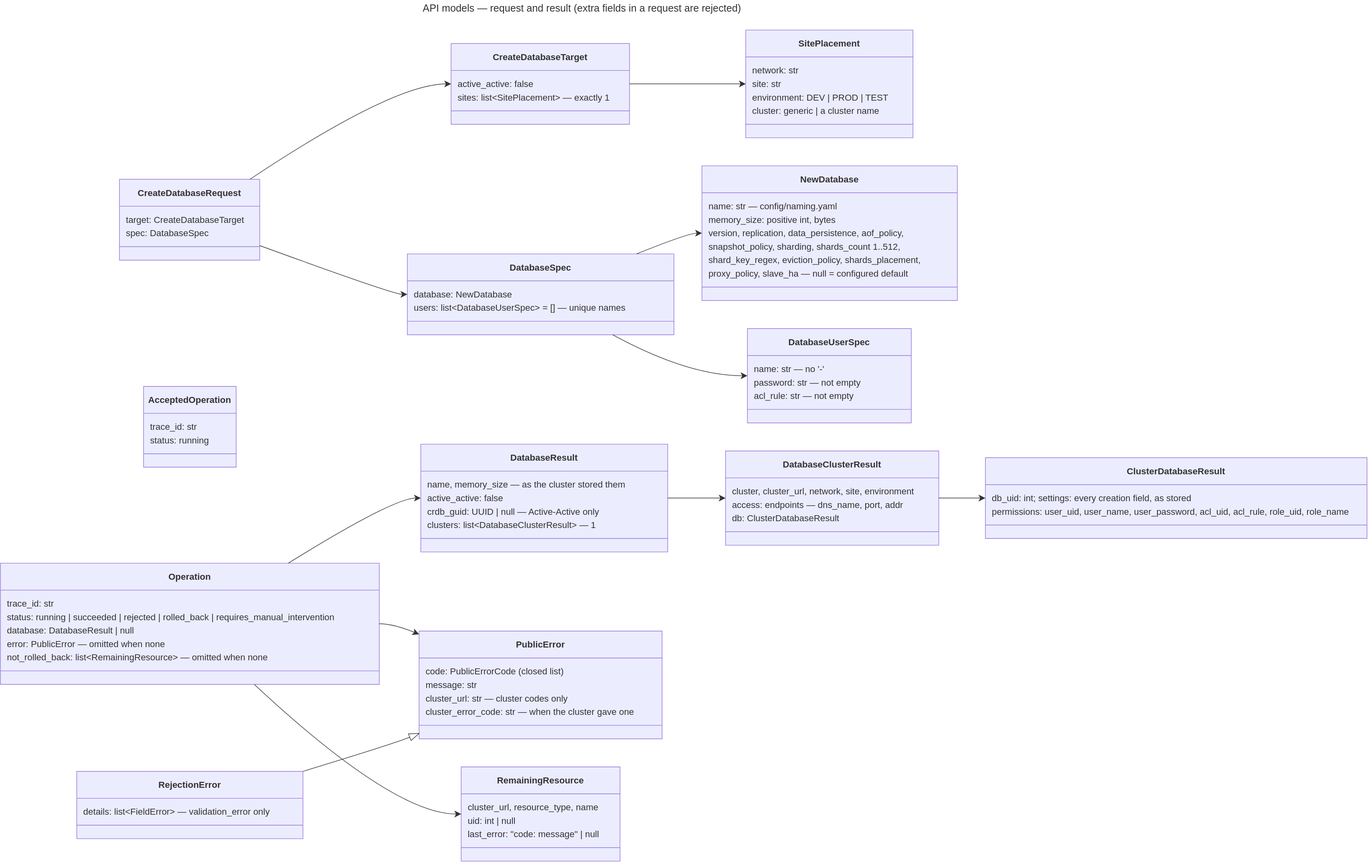
The draw.io diagram docs/diagrams/19-api-models-create.drawio.svg in EliShteinman/redis-enterprise-services, before a commit. Source tidied: cells renumbered, new cells last; positions are measured from the earlier drawing's top-left corner, leaving out a move shared by most shapes.
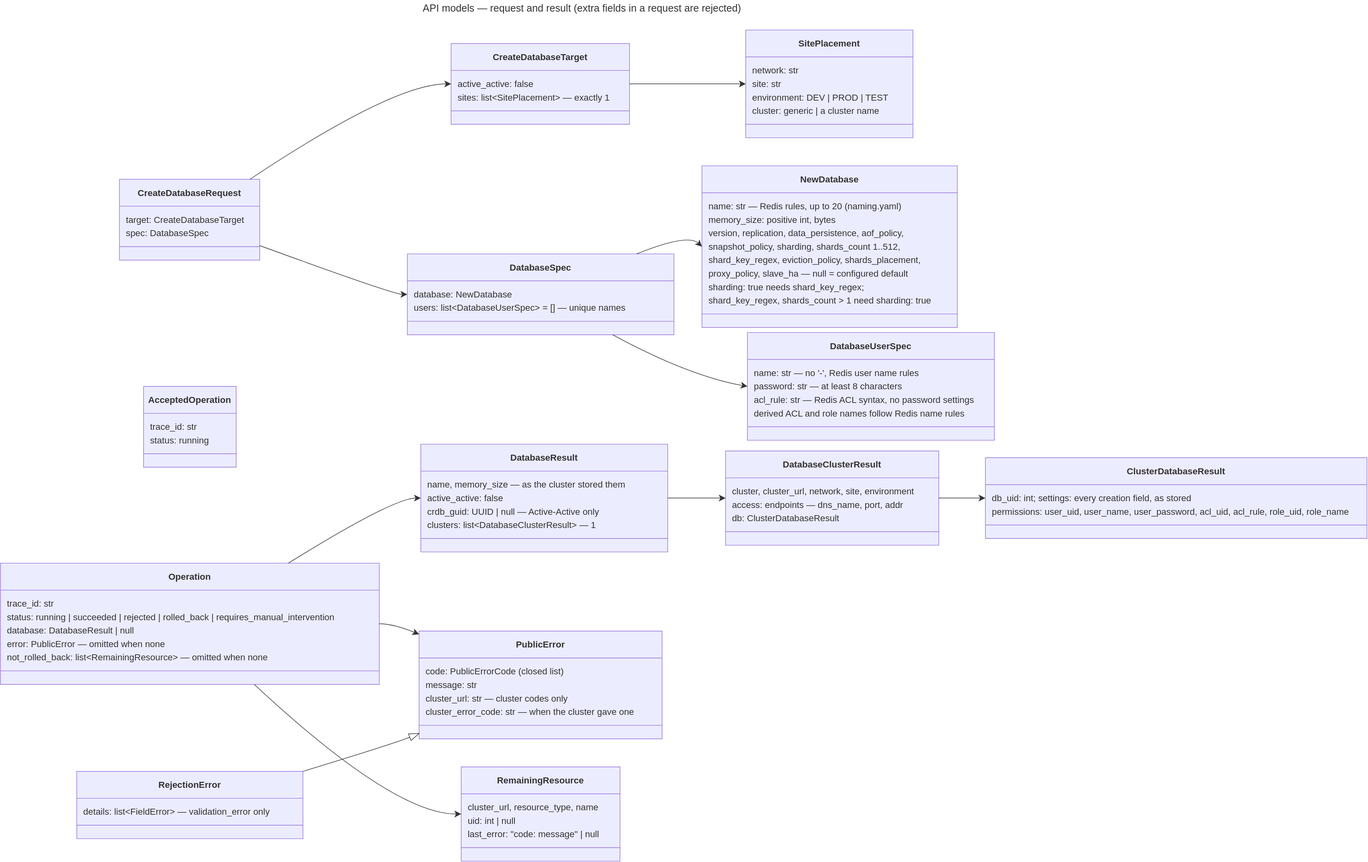
Later version of the same file.

Commit message:
docs: sharding needs shard_key_regex (Redis docs), the permissions check of the read-back, the role in the result, the edge path through NGINX, the request rules in diagram 19

The edit, as a diff of the source:
```diff
@@ -57,9 +57,9 @@
       <mxGeometry y="108" width="475" height="24" as="geometry" />
     </mxCell>
     <mxCell id="20" value="&lt;b&gt;NewDatabase&lt;/b&gt;" style="swimlane;html=1;fontStyle=1;fontSize=16;align=center;verticalAlign=middle;horizontal=1;startSize=48;swimlaneFillColor=light-dark(#ECECFF,#1f2020);whiteSpace=wrap;fillColor=light-dark(#ECECFF,#1f2020);strokeColor=light-dark(#9370DB,#cccccc);fontColor=light-dark(#333333,#cccccc);fontFamily=Trebuchet MS,Verdana,Arial,sans-serif;" parent="1" vertex="1">
-      <mxGeometry x="1250" y="295" width="455" height="240" as="geometry" />
+      <mxGeometry x="1250" y="295" width="455" height="288" as="geometry" />
     </mxCell>
-    <mxCell id="21" value="name: str — config/naming.yaml" style="text;fontSize=16;strokeColor=none;fillColor=none;align=left;verticalAlign=middle;spacingLeft=10;spacingRight=12;spacingBottom=2;overflow=hidden;fontFamily=Trebuchet MS,Verdana,Arial,sans-serif;fontColor=light-dark(#333333,#cccccc);" parent="20" vertex="1">
+    <mxCell id="21" value="name: str — Redis rules, up to 20 (naming.yaml)" style="text;fontSize=16;strokeColor=none;fillColor=none;align=left;verticalAlign=middle;spacingLeft=10;spacingRight=12;spacingBottom=2;overflow=hidden;fontFamily=Trebuchet MS,Verdana,Arial,sans-serif;fontColor=light-dark(#333333,#cccccc);" parent="20" vertex="1">
       <mxGeometry y="60" width="455" height="24" as="geometry" />
     </mxCell>
     <mxCell id="22" value="memory_size: positive int, bytes" style="text;fontSize=16;strokeColor=none;fillColor=none;align=left;verticalAlign=middle;spacingLeft=10;spacingRight=12;spacingBottom=2;overflow=hidden;fontFamily=Trebuchet MS,Verdana,Arial,sans-serif;fontColor=light-dark(#333333,#cccccc);" parent="20" vertex="1">
@@ -78,23 +78,32 @@
       <mxGeometry y="180" width="455" height="24" as="geometry" />
     </mxCell>
     <mxCell id="27" style="line;strokeWidth=1;fillColor=none;spacingLeft=3;spacingRight=3;strokeColor=inherit;" parent="20" vertex="1">
-      <mxGeometry y="204" width="455" height="24" as="geometry" />
+      <mxGeometry y="252" width="455" height="24" as="geometry" />
     </mxCell>
+    <mxCell id="85" value="sharding: true needs shard_key_regex;" style="text;fontSize=16;strokeColor=none;fillColor=none;align=left;verticalAlign=middle;spacingLeft=10;spacingRight=12;spacingBottom=2;overflow=hidden;fontFamily=Trebuchet MS,Verdana,Arial,sans-serif;fontColor=light-dark(#333333,#cccccc);" parent="20" vertex="1">
+      <mxGeometry y="204" width="455" height="24" as="geometry" />
+    </mxCell>
+    <mxCell id="86" value="shard_key_regex, shards_count &gt; 1 need sharding: true" style="text;fontSize=16;strokeColor=none;fillColor=none;align=left;verticalAlign=middle;spacingLeft=10;spacingRight=12;spacingBottom=2;overflow=hidden;fontFamily=Trebuchet MS,Verdana,Arial,sans-serif;fontColor=light-dark(#333333,#cccccc);" parent="20" vertex="1">
+      <mxGeometry y="228" width="455" height="24" as="geometry" />
+    </mxCell>
     <mxCell id="28" value="&lt;b&gt;DatabaseUserSpec&lt;/b&gt;" style="swimlane;html=1;fontStyle=1;fontSize=16;align=center;verticalAlign=middle;horizontal=1;startSize=48;swimlaneFillColor=light-dark(#ECECFF,#1f2020);whiteSpace=wrap;fillColor=light-dark(#ECECFF,#1f2020);strokeColor=light-dark(#9370DB,#cccccc);fontColor=light-dark(#333333,#cccccc);fontFamily=Trebuchet MS,Verdana,Arial,sans-serif;" parent="1" vertex="1">
-      <mxGeometry x="1331" y="585" width="292" height="168" as="geometry" />
+      <mxGeometry x="1331" y="592" width="440" height="192" as="geometry" />
     </mxCell>
-    <mxCell id="29" value="name: str — no '-'" style="text;fontSize=16;strokeColor=none;fillColor=none;align=left;verticalAlign=middle;spacingLeft=10;spacingRight=12;spacingBottom=2;overflow=hidden;fontFamily=Trebuchet MS,Verdana,Arial,sans-serif;fontColor=light-dark(#333333,#cccccc);" parent="28" vertex="1">
-      <mxGeometry y="60" width="292" height="24" as="geometry" />
+    <mxCell id="29" value="name: str — no '-', Redis user name rules" style="text;fontSize=16;strokeColor=none;fillColor=none;align=left;verticalAlign=middle;spacingLeft=10;spacingRight=12;spacingBottom=2;overflow=hidden;fontFamily=Trebuchet MS,Verdana,Arial,sans-serif;fontColor=light-dark(#333333,#cccccc);" parent="28" vertex="1">
+      <mxGeometry y="60" width="440" height="24" as="geometry" />
     </mxCell>
-    <mxCell id="30" value="password: str — not empty" style="text;fontSize=16;strokeColor=none;fillColor=none;align=left;verticalAlign=middle;spacingLeft=10;spacingRight=12;spacingBottom=2;overflow=hidden;fontFamily=Trebuchet MS,Verdana,Arial,sans-serif;fontColor=light-dark(#333333,#cccccc);" parent="28" vertex="1">
-      <mxGeometry y="84" width="292" height="24" as="geometry" />
+    <mxCell id="30" value="password: str — at least 8 characters" style="text;fontSize=16;strokeColor=none;fillColor=none;align=left;verticalAlign=middle;spacingLeft=10;spacingRight=12;spacingBottom=2;overflow=hidden;fontFamily=Trebuchet MS,Verdana,Arial,sans-serif;fontColor=light-dark(#333333,#cccccc);" parent="28" vertex="1">
+      <mxGeometry y="84" width="440" height="24" as="geometry" />
     </mxCell>
-    <mxCell id="31" value="acl_rule: str — not empty" style="text;fontSize=16;strokeColor=none;fillColor=none;align=left;verticalAlign=middle;spacingLeft=10;spacingRight=12;spacingBottom=2;overflow=hidden;fontFamily=Trebuchet MS,Verdana,Arial,sans-serif;fontColor=light-dark(#333333,#cccccc);" parent="28" vertex="1">
-      <mxGeometry y="108" width="292" height="24" as="geometry" />
+    <mxCell id="31" value="acl_rule: str — Redis ACL syntax, no password settings" style="text;fontSize=16;strokeColor=none;fillColor=none;align=left;verticalAlign=middle;spacingLeft=10;spacingRight=12;spacingBottom=2;overflow=hidden;fontFamily=Trebuchet MS,Verdana,Arial,sans-serif;fontColor=light-dark(#333333,#cccccc);" parent="28" vertex="1">
+      <mxGeometry y="108" width="440" height="24" as="geometry" />
     </mxCell>
     <mxCell id="32" style="line;strokeWidth=1;fillColor=none;spacingLeft=3;spacingRight=3;strokeColor=inherit;" parent="28" vertex="1">
-      <mxGeometry y="132" width="292" height="24" as="geometry" />
+      <mxGeometry y="156" width="440" height="24" as="geometry" />
     </mxCell>
+    <mxCell id="87" value="derived ACL and role names follow Redis name rules" style="text;fontSize=16;strokeColor=none;fillColor=none;align=left;verticalAlign=middle;spacingLeft=10;spacingRight=12;spacingBottom=2;overflow=hidden;fontFamily=Trebuchet MS,Verdana,Arial,sans-serif;fontColor=light-dark(#333333,#cccccc);" parent="28" vertex="1">
+      <mxGeometry y="132" width="440" height="24" as="geometry" />
+    </mxCell>
     <mxCell id="33" value="&lt;b&gt;AcceptedOperation&lt;/b&gt;" style="swimlane;html=1;fontStyle=1;fontSize=16;align=center;verticalAlign=middle;horizontal=1;startSize=48;swimlaneFillColor=light-dark(#ECECFF,#1f2020);whiteSpace=wrap;fillColor=light-dark(#ECECFF,#1f2020);strokeColor=light-dark(#9370DB,#cccccc);fontColor=light-dark(#333333,#cccccc);fontFamily=Trebuchet MS,Verdana,Arial,sans-serif;" parent="1" vertex="1">
       <mxGeometry x="255" y="688" width="165" height="144" as="geometry" />
     </mxCell>
```
